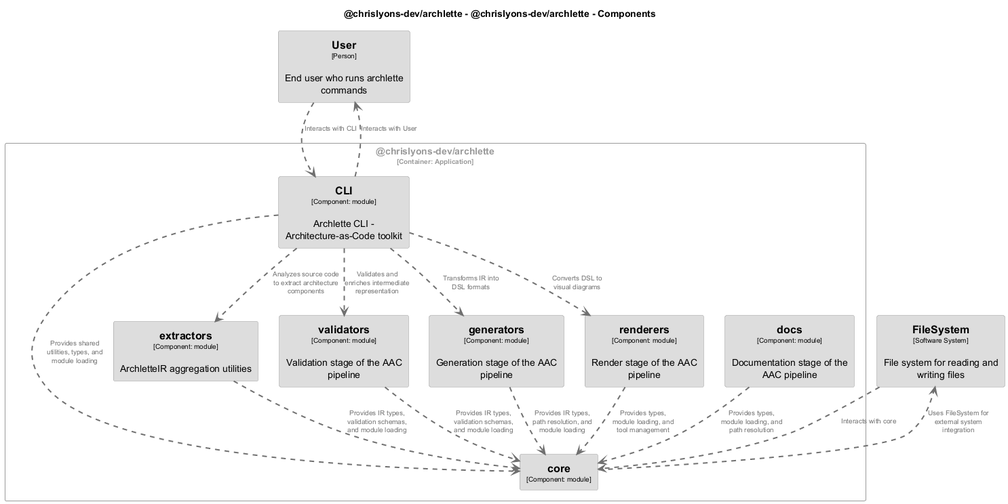
This is docs/architecture/diagrams/structurizr-Components__chrislyons_dev_archlette.png from chrislyons-dev/archlette, a PlantUML export, as it was before one commit.
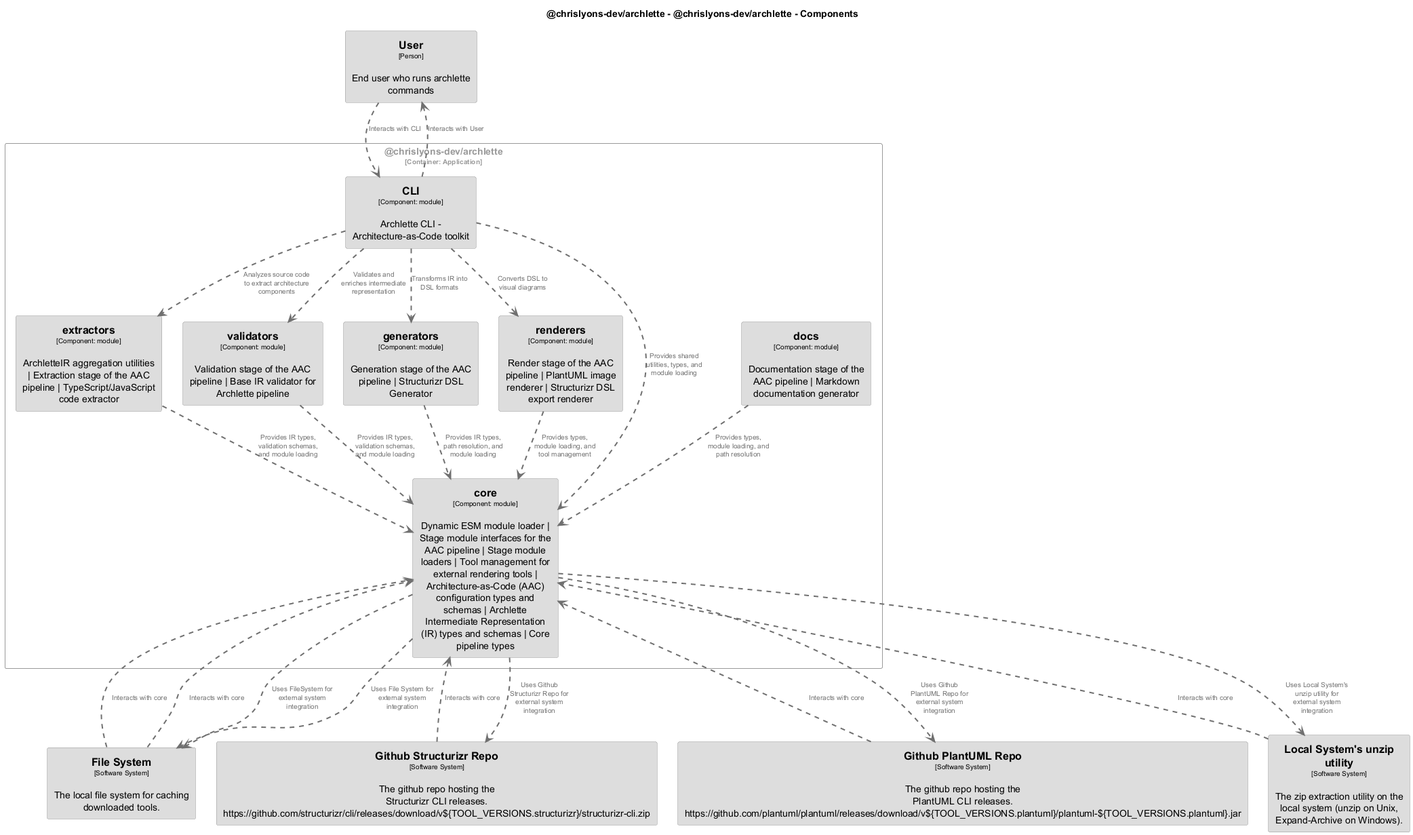
Above is the later version.

Change to the diagram source:
```diff
@@ -22,6 +22,30 @@
   shadowing false
 }
 skinparam rectangle<<FileSystem>> {
+  BackgroundColor #dddddd
+  FontColor #000000
+  BorderColor #9a9a9a
+  shadowing false
+}
+skinparam rectangle<<FileSystem>> {
+  BackgroundColor #dddddd
+  FontColor #000000
+  BorderColor #9a9a9a
+  shadowing false
+}
+skinparam rectangle<<GithubPlantUMLRepo>> {
+  BackgroundColor #dddddd
+  FontColor #000000
+  BorderColor #9a9a9a
+  shadowing false
+}
+skinparam rectangle<<GithubStructurizrRepo>> {
+  BackgroundColor #dddddd
+  FontColor #000000
+  BorderColor #9a9a9a
+  shadowing false
+}
+skinparam rectangle<<LocalSystemsunziputility>> {
   BackgroundColor #dddddd
   FontColor #000000
   BorderColor #9a9a9a
@@ -77,18 +101,31 @@
 
 rectangle "==User\n<size:10>[Person]</size>\n\nEnd user who runs archlette commands" <<User>> as User
 rectangle "==FileSystem\n<size:10>[Software System]</size>\n\nFile system for reading and writing files" <<FileSystem>> as FileSystem
+rectangle "==Github Structurizr Repo\n<size:10>[Software System]</size>\n\nThe github repo hosting the Structurizr CLI releases. https://github.com/structurizr/cli/releases/download/v${TOOL_VERSIONS.structurizr}/structurizr-cli.zip" <<GithubStructurizrRepo>> as GithubStructurizrRepo
+rectangle "==Github PlantUML Repo\n<size:10>[Software System]</size>\n\nThe github repo hosting the PlantUML CLI releases. https://github.com/plantuml/plantuml/releases/download/v${TOOL_VERSIONS.plantuml}/plantuml-${TOOL_VERSIONS.plantuml}.jar" <<GithubPlantUMLRepo>> as GithubPlantUMLRepo
+rectangle "==Local System's unzip utility\n<size:10>[Software System]</size>\n\nThe zip extraction utility on the local system (unzip on Unix, Expand-Archive on Windows)." <<LocalSystemsunziputility>> as LocalSystemsunziputility
+rectangle "==File System\n<size:10>[Software System]</size>\n\nThe local file system for caching downloaded tools." <<FileSystem>> as FileSystem
 
 rectangle "@chrislyons-dev/archlette\n<size:10>[Container: Application]</size>" <<chrislyonsdevarchlette.chrislyonsdevarchlette>> {
-  rectangle "==docs\n<size:10>[Component: module]</size>\n\nDocumentation stage of the AAC pipeline" <<chrislyonsdevarchlette.chrislyonsdevarchlette.docs>> as chrislyonsdevarchlette.chrislyonsdevarchlette.docs
-  rectangle "==core\n<size:10>[Component: module]</size>" <<chrislyonsdevarchlette.chrislyonsdevarchlette.core>> as chrislyonsdevarchlette.chrislyonsdevarchlette.core
+  rectangle "==extractors\n<size:10>[Component: module]</size>\n\nArchletteIR aggregation utilities | Extraction stage of the AAC pipeline | TypeScript/JavaScript code extractor" <<chrislyonsdevarchlette.chrislyonsdevarchlette.extractors>> as chrislyonsdevarchlette.chrislyonsdevarchlette.extractors
+  rectangle "==validators\n<size:10>[Component: module]</size>\n\nValidation stage of the AAC pipeline | Base IR validator for Archlette pipeline" <<chrislyonsdevarchlette.chrislyonsdevarchlette.validators>> as chrislyonsdevarchlette.chrislyonsdevarchlette.validators
+  rectangle "==generators\n<size:10>[Component: module]</size>\n\nGeneration stage of the AAC pipeline | Structurizr DSL Generator" <<chrislyonsdevarchlette.chrislyonsdevarchlette.generators>> as chrislyonsdevarchlette.chrislyonsdevarchlette.generators
+  rectangle "==renderers\n<size:10>[Component: module]</size>\n\nRender stage of the AAC pipeline | PlantUML image renderer | Structurizr DSL export renderer" <<chrislyonsdevarchlette.chrislyonsdevarchlette.renderers>> as chrislyonsdevarchlette.chrislyonsdevarchlette.renderers
+  rectangle "==docs\n<size:10>[Component: module]</size>\n\nDocumentation stage of the AAC pipeline | Markdown documentation generator" <<chrislyonsdevarchlette.chrislyonsdevarchlette.docs>> as chrislyonsdevarchlette.chrislyonsdevarchlette.docs
+  rectangle "==core\n<size:10>[Component: module]</size>\n\nDynamic ESM module loader | Stage module interfaces for the AAC pipeline | Stage module loaders | Tool management for external rendering tools | Architecture-as-Code (AAC) configuration types and schemas | Archlette Intermediate Representation (IR) types and schemas | Core pipeline types" <<chrislyonsdevarchlette.chrislyonsdevarchlette.core>> as chrislyonsdevarchlette.chrislyonsdevarchlette.core
   rectangle "==CLI\n<size:10>[Component: module]</size>\n\nArchlette CLI - Architecture-as-Code toolkit" <<chrislyonsdevarchlette.chrislyonsdevarchlette.CLI>> as chrislyonsdevarchlette.chrislyonsdevarchlette.CLI
-  rectangle "==extractors\n<size:10>[Component: module]</size>\n\nArchletteIR aggregation utilities" <<chrislyonsdevarchlette.chrislyonsdevarchlette.extractors>> as chrislyonsdevarchlette.chrislyonsdevarchlette.extractors
-  rectangle "==validators\n<size:10>[Component: module]</size>\n\nValidation stage of the AAC pipeline" <<chrislyonsdevarchlette.chrislyonsdevarchlette.validators>> as chrislyonsdevarchlette.chrislyonsdevarchlette.validators
-  rectangle "==generators\n<size:10>[Component: module]</size>\n\nGeneration stage of the AAC pipeline" <<chrislyonsdevarchlette.chrislyonsdevarchlette.generators>> as chrislyonsdevarchlette.chrislyonsdevarchlette.generators
-  rectangle "==renderers\n<size:10>[Component: module]</size>\n\nRender stage of the AAC pipeline" <<chrislyonsdevarchlette.chrislyonsdevarchlette.renderers>> as chrislyonsdevarchlette.chrislyonsdevarchlette.renderers
 }
 
+GithubStructurizrRepo .[#707070,thickness=2].> chrislyonsdevarchlette.chrislyonsdevarchlette.core : "<color:#707070>Interacts with core"
+GithubPlantUMLRepo .[#707070,thickness=2].> chrislyonsdevarchlette.chrislyonsdevarchlette.core : "<color:#707070>Interacts with core"
+LocalSystemsunziputility .[#707070,thickness=2].> chrislyonsdevarchlette.chrislyonsdevarchlette.core : "<color:#707070>Interacts with core"
+FileSystem .[#707070,thickness=2].> chrislyonsdevarchlette.chrislyonsdevarchlette.core : "<color:#707070>Interacts with core"
+chrislyonsdevarchlette.chrislyonsdevarchlette.CLI .[#707070,thickness=2].> User : "<color:#707070>Interacts with User"
 chrislyonsdevarchlette.chrislyonsdevarchlette.core .[#707070,thickness=2].> FileSystem : "<color:#707070>Uses FileSystem for external system integration"
+chrislyonsdevarchlette.chrislyonsdevarchlette.core .[#707070,thickness=2].> GithubStructurizrRepo : "<color:#707070>Uses Github Structurizr Repo for external system integration"
+chrislyonsdevarchlette.chrislyonsdevarchlette.core .[#707070,thickness=2].> GithubPlantUMLRepo : "<color:#707070>Uses Github PlantUML Repo for external system integration"
+chrislyonsdevarchlette.chrislyonsdevarchlette.core .[#707070,thickness=2].> LocalSystemsunziputility : "<color:#707070>Uses Local System's unzip utility for external system integration"
+chrislyonsdevarchlette.chrislyonsdevarchlette.core .[#707070,thickness=2].> FileSystem : "<color:#707070>Uses File System for external system integration"
 chrislyonsdevarchlette.chrislyonsdevarchlette.CLI .[#707070,thickness=2].> chrislyonsdevarchlette.chrislyonsdevarchlette.extractors : "<color:#707070>Analyzes source code to extract architecture components"
 chrislyonsdevarchlette.chrislyonsdevarchlette.CLI .[#707070,thickness=2].> chrislyonsdevarchlette.chrislyonsdevarchlette.validators : "<color:#707070>Validates and enriches intermediate representation"
 chrislyonsdevarchlette.chrislyonsdevarchlette.CLI .[#707070,thickness=2].> chrislyonsdevarchlette.chrislyonsdevarchlette.generators : "<color:#707070>Transforms IR into DSL formats"
@@ -101,5 +138,4 @@
 chrislyonsdevarchlette.chrislyonsdevarchlette.docs .[#707070,thickness=2].> chrislyonsdevarchlette.chrislyonsdevarchlette.core : "<color:#707070>Provides types, module loading, and path resolution"
 User .[#707070,thickness=2].> chrislyonsdevarchlette.chrislyonsdevarchlette.CLI : "<color:#707070>Interacts with CLI"
 FileSystem .[#707070,thickness=2].> chrislyonsdevarchlette.chrislyonsdevarchlette.core : "<color:#707070>Interacts with core"
-chrislyonsdevarchlette.chrislyonsdevarchlette.CLI .[#707070,thickness=2].> User : "<color:#707070>Interacts with User"
 @enduml
```
